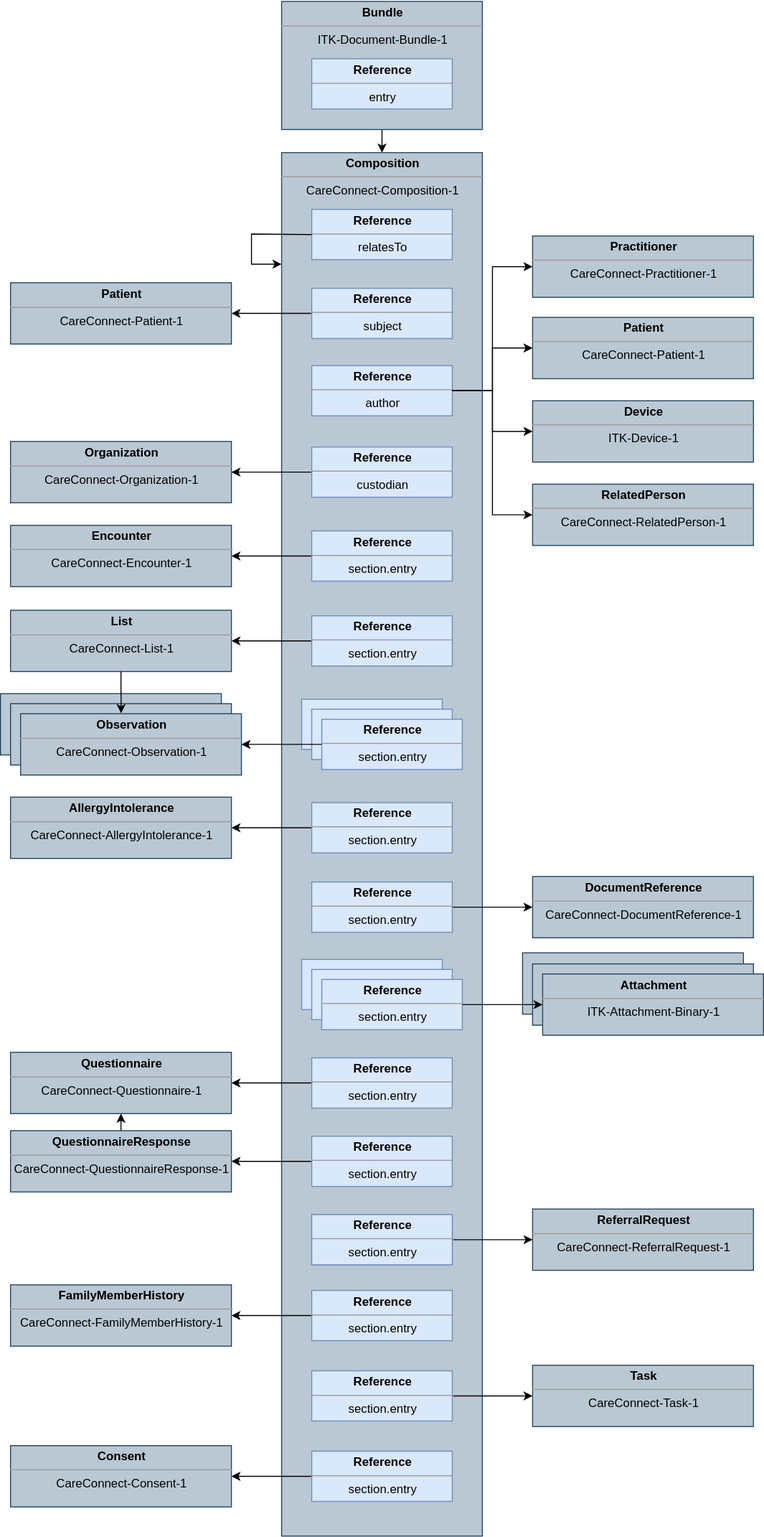
Above: images/senddocument/payload.svg in nhsconnect/gpconnect-messaging (draw.io), before the change. Source tidied: cells renumbered, new cells last; positions are measured from the earlier drawing's top-left corner, leaving out a move shared by most shapes.
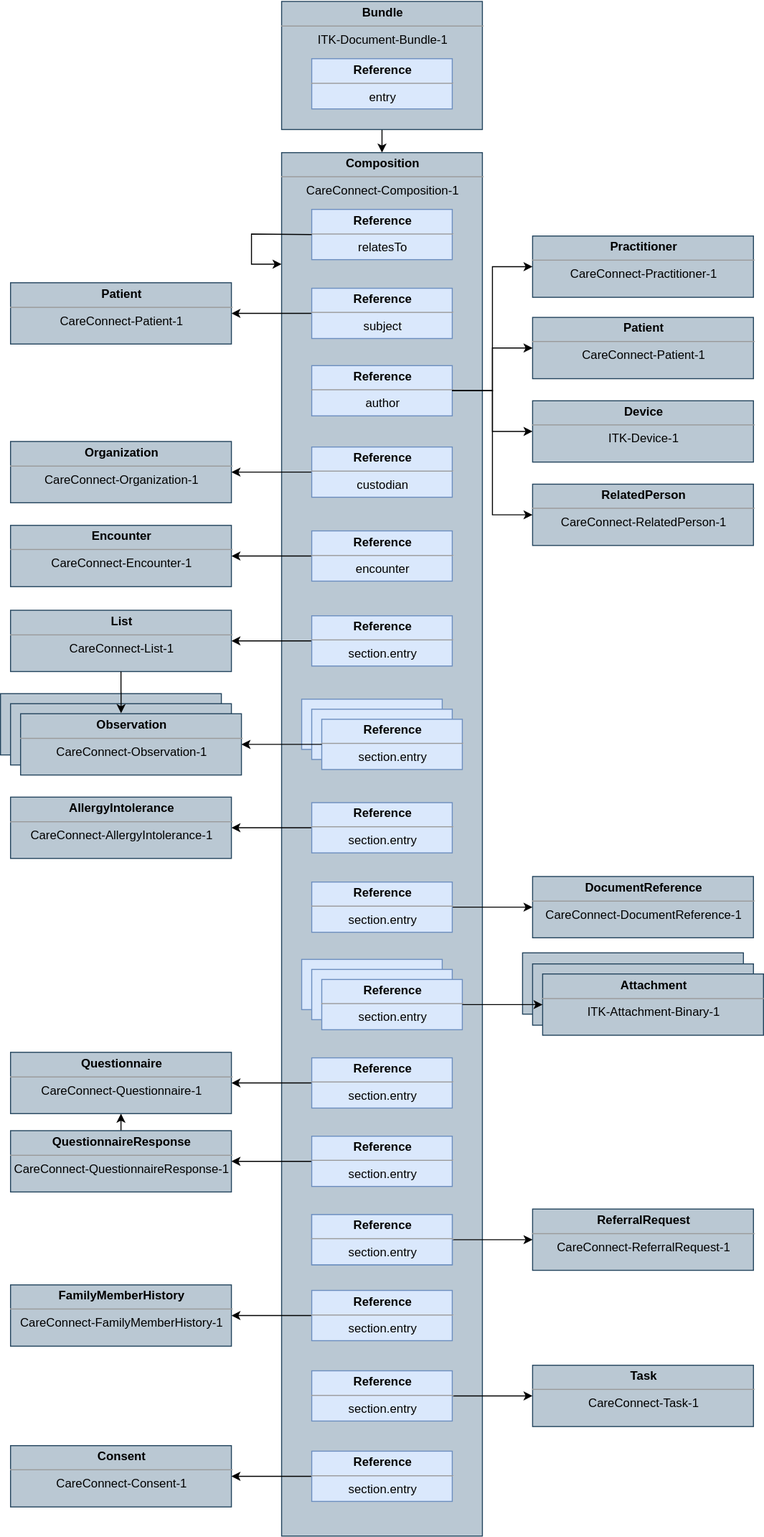
After the commit.

Commit message:
Uplifted diagram to correctly reference encounter

Change to the diagram source:
```diff
@@ -121,7 +121,7 @@
     <mxCell id="37" style="edgeStyle=orthogonalEdgeStyle;rounded=0;jettySize=auto;html=1;exitX=0;exitY=0.5;exitDx=0;exitDy=0;" parent="1" edge="1" source="38" target="39">
       <mxGeometry relative="1" as="geometry" />
     </mxCell>
-    <mxCell id="38" value="&lt;p style=&quot;margin: 0px ; margin-top: 4px ; text-align: center&quot;&gt;&lt;b&gt;Reference&lt;/b&gt;&lt;/p&gt;&lt;hr size=&quot;1&quot;&gt;&lt;div style=&quot;text-align: center ; height: 2px&quot;&gt;section.entry&lt;/div&gt;" style="verticalAlign=top;align=left;overflow=fill;fontSize=12;fontFamily=Helvetica;html=1;fillColor=#dae8fc;strokeColor=#6c8ebf;" parent="1" vertex="1">
+    <mxCell id="38" value="&lt;p style=&quot;margin: 0px ; margin-top: 4px ; text-align: center&quot;&gt;&lt;b&gt;Reference&lt;/b&gt;&lt;/p&gt;&lt;hr size=&quot;1&quot;&gt;&lt;div style=&quot;text-align: center ; height: 2px&quot;&gt;encounter&lt;/div&gt;" style="verticalAlign=top;align=left;overflow=fill;fontSize=12;fontFamily=Helvetica;html=1;fillColor=#dae8fc;strokeColor=#6c8ebf;" parent="1" vertex="1">
       <mxGeometry x="310" y="527.5" width="140" height="50" as="geometry" />
     </mxCell>
     <mxCell id="39" value="&lt;p style=&quot;margin: 0px ; margin-top: 4px ; text-align: center&quot;&gt;&lt;b&gt;Encounter&lt;/b&gt;&lt;/p&gt;&lt;hr size=&quot;1&quot; style=&quot;text-align: center&quot;&gt;&lt;div style=&quot;text-align: center ; height: 2px&quot;&gt;CareConnect-Encounter-1&lt;/div&gt;" style="verticalAlign=top;align=left;overflow=fill;fontSize=12;fontFamily=Helvetica;html=1;fillColor=#bac8d3;strokeColor=#23445d;" parent="1" vertex="1">
```
